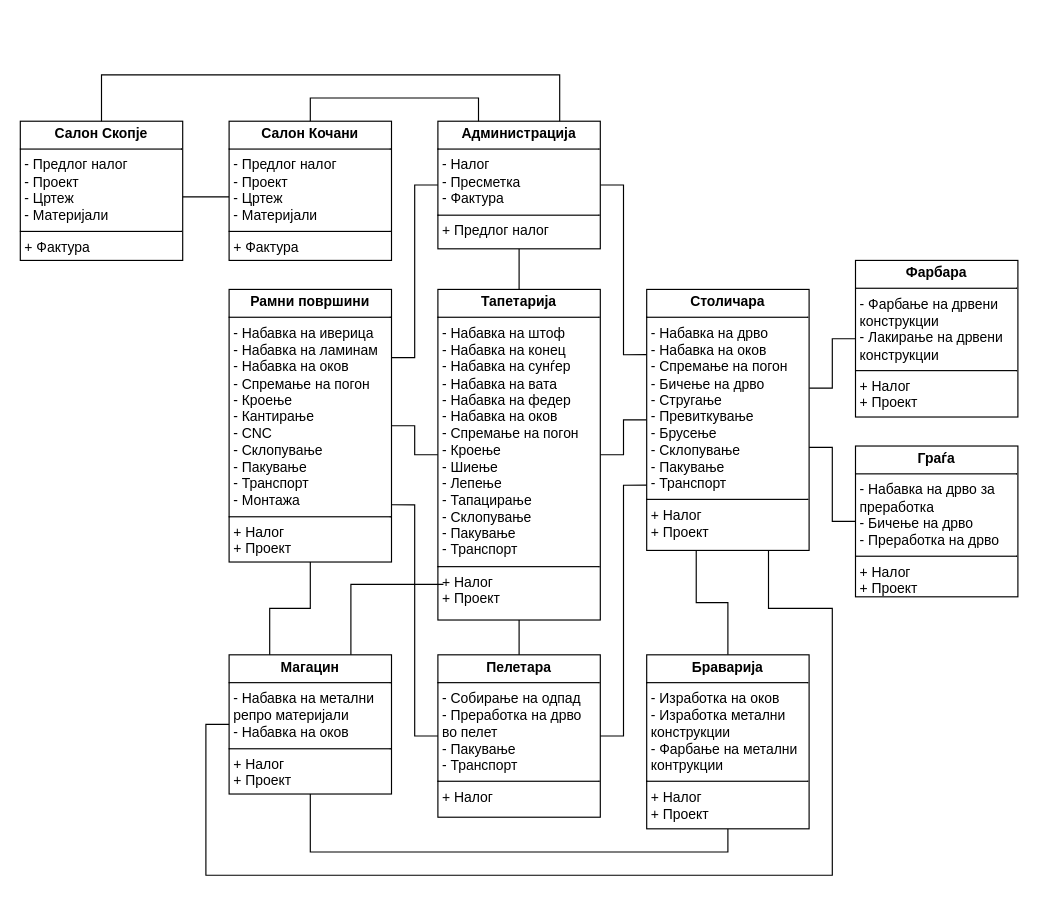
Earlier version of the draw.io diagram Untitled Diagram.drawio (martin-s22/jumis-processes-diagram). Source tidied: cells renumbered, new cells numbered last; positions are measured from the earlier drawing's top-left corner, leaving out a move shared by most shapes. Both pictures are drawn from the tidied source at 116%, with x=0, y=0 at pixel (20, 28).
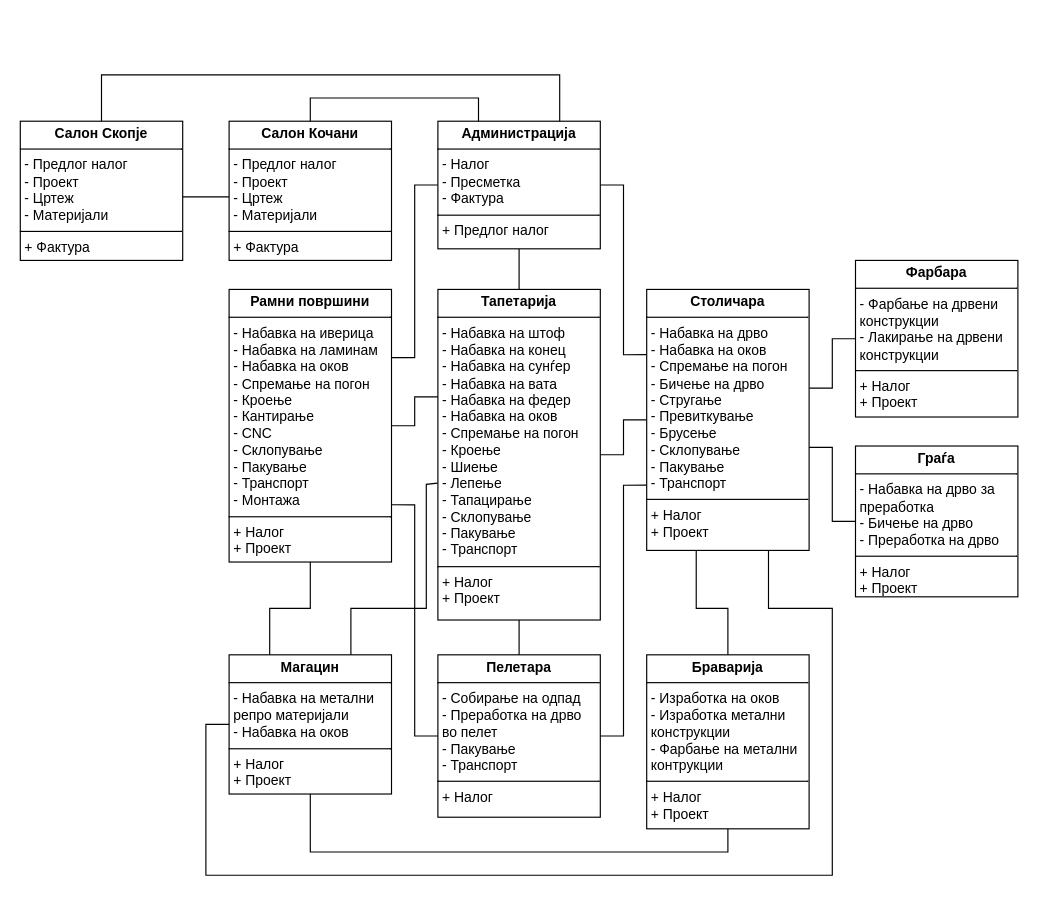
The same page after the edit.

Unchanged cells that the change refers to:
```xml
<mxCell id="15" value="&lt;p style=&quot;margin:0px;margin-top:4px;text-align:center;&quot;&gt;&lt;b&gt;Рамни површини&lt;/b&gt;&lt;/p&gt;&lt;hr size=&quot;1&quot; style=&quot;border-style:solid;&quot;&gt;&lt;p style=&quot;margin:0px;margin-left:4px;&quot;&gt;- Набавка на иверица&lt;/p&gt;&lt;p style=&quot;margin:0px;margin-left:4px;&quot;&gt;&lt;span style=&quot;background-color: transparent; color: light-dark(rgb(0, 0, 0), rgb(255, 255, 255));&quot;&gt;- Набавка на ламинам&lt;/span&gt;&lt;/p&gt;&lt;p style=&quot;margin:0px;margin-left:4px;&quot;&gt;- Набавка на оков&lt;/p&gt;&lt;p style=&quot;margin:0px;margin-left:4px;&quot;&gt;- Спремање на погон&lt;/p&gt;&lt;p style=&quot;margin:0px;margin-left:4px;&quot;&gt;- Кроење&lt;/p&gt;&lt;p style=&quot;margin:0px;margin-left:4px;&quot;&gt;- Кантирање&lt;/p&gt;&lt;p style=&quot;margin:0px;margin-left:4px;&quot;&gt;- CNC&lt;/p&gt;&lt;p style=&quot;margin:0px;margin-left:4px;&quot;&gt;- Склопување&lt;/p&gt;&lt;p style=&quot;margin:0px;margin-left:4px;&quot;&gt;- Пакување&lt;/p&gt;&lt;p style=&quot;margin:0px;margin-left:4px;&quot;&gt;- Транспорт&lt;/p&gt;&lt;p style=&quot;margin:0px;margin-left:4px;&quot;&gt;- Монтажа&lt;/p&gt;&lt;hr size=&quot;1&quot; style=&quot;border-style:solid;&quot;&gt;&lt;p style=&quot;margin:0px;margin-left:4px;&quot;&gt;+ Налог&lt;/p&gt;&lt;p style=&quot;margin:0px;margin-left:4px;&quot;&gt;+ Проект&lt;/p&gt;" style="verticalAlign=top;align=left;overflow=fill;html=1;whiteSpace=wrap;" parent="1" vertex="1">
  <mxGeometry x="180" y="225" width="140" height="235" as="geometry" />
</mxCell>
<mxCell id="16" value="&lt;p style=&quot;margin:0px;margin-top:4px;text-align:center;&quot;&gt;&lt;b&gt;Тапетарија&lt;/b&gt;&lt;/p&gt;&lt;hr size=&quot;1&quot; style=&quot;border-style:solid;&quot;&gt;&lt;p style=&quot;margin:0px;margin-left:4px;&quot;&gt;- Набавка на штоф&lt;/p&gt;&lt;p style=&quot;margin:0px;margin-left:4px;&quot;&gt;- Набавка на конец&lt;/p&gt;&lt;p style=&quot;margin:0px;margin-left:4px;&quot;&gt;- Набавка на сунѓер&lt;/p&gt;&lt;p style=&quot;margin:0px;margin-left:4px;&quot;&gt;- Набавка на вата&lt;/p&gt;&lt;p style=&quot;margin:0px;margin-left:4px;&quot;&gt;- Набавка на федер&lt;/p&gt;&lt;p style=&quot;margin:0px;margin-left:4px;&quot;&gt;- Набавка на оков&lt;/p&gt;&lt;p style=&quot;margin:0px;margin-left:4px;&quot;&gt;-&amp;nbsp;&lt;span style=&quot;background-color: transparent; color: light-dark(rgb(0, 0, 0), rgb(255, 255, 255));&quot;&gt;Спремање на погон&lt;/span&gt;&lt;/p&gt;&lt;p style=&quot;margin:0px;margin-left:4px;&quot;&gt;&lt;span style=&quot;background-color: transparent; color: light-dark(rgb(0, 0, 0), rgb(255, 255, 255));&quot;&gt;- Кроење&lt;/span&gt;&lt;/p&gt;&lt;p style=&quot;margin:0px;margin-left:4px;&quot;&gt;- Шиење&lt;/p&gt;&lt;p style=&quot;margin:0px;margin-left:4px;&quot;&gt;- Лепење&lt;/p&gt;&lt;p style=&quot;margin:0px;margin-left:4px;&quot;&gt;- Тапацирање&lt;/p&gt;&lt;p style=&quot;margin:0px;margin-left:4px;&quot;&gt;- Склопување&lt;/p&gt;&lt;p style=&quot;margin:0px;margin-left:4px;&quot;&gt;- Пакување&lt;/p&gt;&lt;p style=&quot;margin:0px;margin-left:4px;&quot;&gt;- Транспорт&lt;br&gt;&lt;/p&gt;&lt;hr size=&quot;1&quot; style=&quot;border-style:solid;&quot;&gt;&lt;p style=&quot;margin:0px;margin-left:4px;&quot;&gt;+ Налог&lt;/p&gt;&lt;p style=&quot;margin:0px;margin-left:4px;&quot;&gt;+ Проект&lt;/p&gt;" style="verticalAlign=top;align=left;overflow=fill;html=1;whiteSpace=wrap;" parent="1" vertex="1">
  <mxGeometry x="360" y="225" width="140" height="285" as="geometry" />
</mxCell>
<mxCell id="17" value="&lt;p style=&quot;margin:0px;margin-top:4px;text-align:center;&quot;&gt;&lt;b&gt;Столичара&lt;/b&gt;&lt;/p&gt;&lt;hr size=&quot;1&quot; style=&quot;border-style:solid;&quot;&gt;&lt;p style=&quot;margin:0px;margin-left:4px;&quot;&gt;- Набавка на дрво&lt;span style=&quot;background-color: transparent; color: light-dark(rgb(0, 0, 0), rgb(255, 255, 255));&quot;&gt;&amp;nbsp;&lt;/span&gt;&lt;/p&gt;&lt;p style=&quot;margin:0px;margin-left:4px;&quot;&gt;-&amp;nbsp;&lt;span style=&quot;background-color: transparent; color: light-dark(rgb(0, 0, 0), rgb(255, 255, 255));&quot;&gt;Набавка на оков&lt;/span&gt;&lt;/p&gt;&lt;p style=&quot;margin:0px;margin-left:4px;&quot;&gt;&lt;span style=&quot;background-color: transparent; color: light-dark(rgb(0, 0, 0), rgb(255, 255, 255));&quot;&gt;-&amp;nbsp;&lt;/span&gt;&lt;span style=&quot;background-color: transparent; color: light-dark(rgb(0, 0, 0), rgb(255, 255, 255));&quot;&gt;Спремање на погон&lt;/span&gt;&lt;/p&gt;&lt;p style=&quot;margin:0px;margin-left:4px;&quot;&gt;&lt;span style=&quot;background-color: transparent; color: light-dark(rgb(0, 0, 0), rgb(255, 255, 255));&quot;&gt;- Бичење на дрво&lt;/span&gt;&lt;/p&gt;&lt;p style=&quot;margin:0px;margin-left:4px;&quot;&gt;&lt;span style=&quot;background-color: transparent; color: light-dark(rgb(0, 0, 0), rgb(255, 255, 255));&quot;&gt;- Стругање&lt;/span&gt;&lt;/p&gt;&lt;p style=&quot;margin:0px;margin-left:4px;&quot;&gt;&lt;span style=&quot;background-color: transparent; color: light-dark(rgb(0, 0, 0), rgb(255, 255, 255));&quot;&gt;- Превиткување&lt;/span&gt;&lt;/p&gt;&lt;p style=&quot;margin:0px;margin-left:4px;&quot;&gt;&lt;span style=&quot;background-color: transparent; color: light-dark(rgb(0, 0, 0), rgb(255, 255, 255));&quot;&gt;- Брусење&lt;/span&gt;&lt;/p&gt;&lt;p style=&quot;margin:0px;margin-left:4px;&quot;&gt;- Склопување&lt;/p&gt;&lt;p style=&quot;margin:0px;margin-left:4px;&quot;&gt;- Пакување&lt;/p&gt;&lt;p style=&quot;margin:0px;margin-left:4px;&quot;&gt;- Транспорт&lt;br&gt;&lt;/p&gt;&lt;hr size=&quot;1&quot; style=&quot;border-style:solid;&quot;&gt;&lt;p style=&quot;margin:0px;margin-left:4px;&quot;&gt;+ Налог&lt;/p&gt;&lt;p style=&quot;margin:0px;margin-left:4px;&quot;&gt;&lt;span style=&quot;background-color: transparent; color: light-dark(rgb(0, 0, 0), rgb(255, 255, 255));&quot;&gt;+ Проект&lt;/span&gt;&lt;/p&gt;" style="verticalAlign=top;align=left;overflow=fill;html=1;whiteSpace=wrap;" parent="1" vertex="1">
  <mxGeometry x="540" y="225" width="140" height="225" as="geometry" />
</mxCell>
<mxCell id="21" value="&lt;p style=&quot;margin:0px;margin-top:4px;text-align:center;&quot;&gt;&lt;b&gt;Магацин&lt;/b&gt;&lt;/p&gt;&lt;hr size=&quot;1&quot; style=&quot;border-style:solid;&quot;&gt;&lt;p style=&quot;margin:0px;margin-left:4px;&quot;&gt;- Набавка на метални&lt;/p&gt;&lt;p style=&quot;margin:0px;margin-left:4px;&quot;&gt;репро материјали&lt;/p&gt;&lt;p style=&quot;margin:0px;margin-left:4px;&quot;&gt;&lt;span style=&quot;background-color: transparent; color: light-dark(rgb(0, 0, 0), rgb(255, 255, 255));&quot;&gt;- Набавка на оков&lt;br&gt;&lt;/span&gt;&lt;/p&gt;&lt;hr size=&quot;1&quot; style=&quot;border-style:solid;&quot;&gt;&lt;p style=&quot;margin:0px;margin-left:4px;&quot;&gt;+ Налог&lt;/p&gt;&lt;p style=&quot;margin:0px;margin-left:4px;&quot;&gt;+ Проект&lt;/p&gt;" style="verticalAlign=top;align=left;overflow=fill;html=1;whiteSpace=wrap;" parent="1" vertex="1">
  <mxGeometry x="180" y="540" width="140" height="120" as="geometry" />
</mxCell>
<mxCell id="24" value="&lt;p style=&quot;margin:0px;margin-top:4px;text-align:center;&quot;&gt;&lt;b&gt;Браварија&lt;/b&gt;&lt;/p&gt;&lt;hr size=&quot;1&quot; style=&quot;border-style:solid;&quot;&gt;&lt;p style=&quot;margin:0px;margin-left:4px;&quot;&gt;- Изработка&lt;span style=&quot;background-color: transparent; color: light-dark(rgb(0, 0, 0), rgb(255, 255, 255));&quot;&gt;&amp;nbsp;на оков&lt;/span&gt;&lt;/p&gt;&lt;p style=&quot;margin:0px;margin-left:4px;&quot;&gt;&lt;span style=&quot;background-color: transparent; color: light-dark(rgb(0, 0, 0), rgb(255, 255, 255));&quot;&gt;- Изработка метални&lt;/span&gt;&lt;/p&gt;&lt;p style=&quot;margin:0px;margin-left:4px;&quot;&gt;&lt;span style=&quot;background-color: transparent; color: light-dark(rgb(0, 0, 0), rgb(255, 255, 255));&quot;&gt;конструкции&lt;/span&gt;&lt;/p&gt;&lt;p style=&quot;margin:0px;margin-left:4px;&quot;&gt;&lt;span style=&quot;background-color: transparent; color: light-dark(rgb(0, 0, 0), rgb(255, 255, 255));&quot;&gt;- Фарбање на метални&lt;/span&gt;&lt;/p&gt;&lt;p style=&quot;margin:0px;margin-left:4px;&quot;&gt;&lt;span style=&quot;background-color: transparent; color: light-dark(rgb(0, 0, 0), rgb(255, 255, 255));&quot;&gt;контрукции&lt;/span&gt;&lt;/p&gt;&lt;hr size=&quot;1&quot; style=&quot;border-style:solid;&quot;&gt;&lt;p style=&quot;margin:0px;margin-left:4px;&quot;&gt;+ Налог&lt;/p&gt;&lt;p style=&quot;margin:0px;margin-left:4px;&quot;&gt;+ Проект&lt;/p&gt;" style="verticalAlign=top;align=left;overflow=fill;html=1;whiteSpace=wrap;" parent="1" vertex="1">
  <mxGeometry x="540" y="540" width="140" height="150" as="geometry" />
</mxCell>
```

The edit, as a diff of the source:
```diff
@@
-    <mxCell id="8" style="edgeStyle=orthogonalEdgeStyle;rounded=0;html=1;labelBackgroundColor=none;endArrow=none;endFill=0;endSize=8;fontFamily=Verdana;fontSize=12;align=left;exitX=0;exitY=0.5;exitDx=0;exitDy=0;entryX=1;entryY=0.5;entryDx=0;entryDy=0;" parent="1" edge="1" source="16" target="15">
+    <mxCell id="8" style="edgeStyle=orthogonalEdgeStyle;rounded=0;html=1;labelBackgroundColor=none;endArrow=none;endFill=0;endSize=8;fontFamily=Verdana;fontSize=12;align=left;entryX=1;entryY=0.5;entryDx=0;entryDy=0;exitX=0.004;exitY=0.325;exitDx=0;exitDy=0;exitPerimeter=0;" parent="1" edge="1" source="16" target="15">
       <mxGeometry relative="1" as="geometry">
         <Array as="points">
-          <mxPoint x="340" y="368" />
+          <mxPoint x="340" y="318" />
           <mxPoint x="340" y="342" />
         </Array>
       </mxGeometry>
     </mxCell>
@@
     <mxCell id="12" style="edgeStyle=orthogonalEdgeStyle;rounded=0;html=1;entryX=0.305;entryY=1.001;labelBackgroundColor=none;endArrow=none;endFill=0;endSize=8;fontFamily=Verdana;fontSize=12;align=left;entryDx=0;entryDy=0;exitX=0.5;exitY=0;exitDx=0;exitDy=0;entryPerimeter=0;" parent="1" edge="1" source="24" target="17">
-      <mxGeometry relative="1" as="geometry" />
+      <mxGeometry relative="1" as="geometry">
+        <Array as="points">
+          <mxPoint x="610" y="500" />
+          <mxPoint x="583" y="500" />
+        </Array>
+      </mxGeometry>
     </mxCell>
@@
-    <mxCell id="30" style="edgeStyle=orthogonalEdgeStyle;rounded=0;html=1;entryX=0.75;entryY=0;labelBackgroundColor=none;endArrow=none;endFill=0;endSize=8;fontFamily=Verdana;fontSize=12;align=left;entryDx=0;entryDy=0;exitX=0.034;exitY=0.892;exitDx=0;exitDy=0;exitPerimeter=0;" parent="1" edge="1" source="16" target="21">
-      <mxGeometry relative="1" as="geometry">
-        <Array as="points">
-          <mxPoint x="285" y="479" />
-        </Array>
-      </mxGeometry>
-    </mxCell>
@@
+    <mxCell id="33" style="edgeStyle=orthogonalEdgeStyle;rounded=0;html=1;entryX=-0.002;entryY=0.586;labelBackgroundColor=none;endArrow=none;endFill=0;endSize=8;fontFamily=Verdana;fontSize=12;align=left;entryDx=0;entryDy=0;entryPerimeter=0;exitX=0.75;exitY=0;exitDx=0;exitDy=0;" parent="1" edge="1" source="21" target="16">
+      <mxGeometry relative="1" as="geometry">
+        <Array as="points">
+          <mxPoint x="285" y="500" />
+          <mxPoint x="350" y="500" />
+          <mxPoint x="350" y="393" />
+          <mxPoint x="360" y="393" />
+        </Array>
+      </mxGeometry>
+    </mxCell>
```
